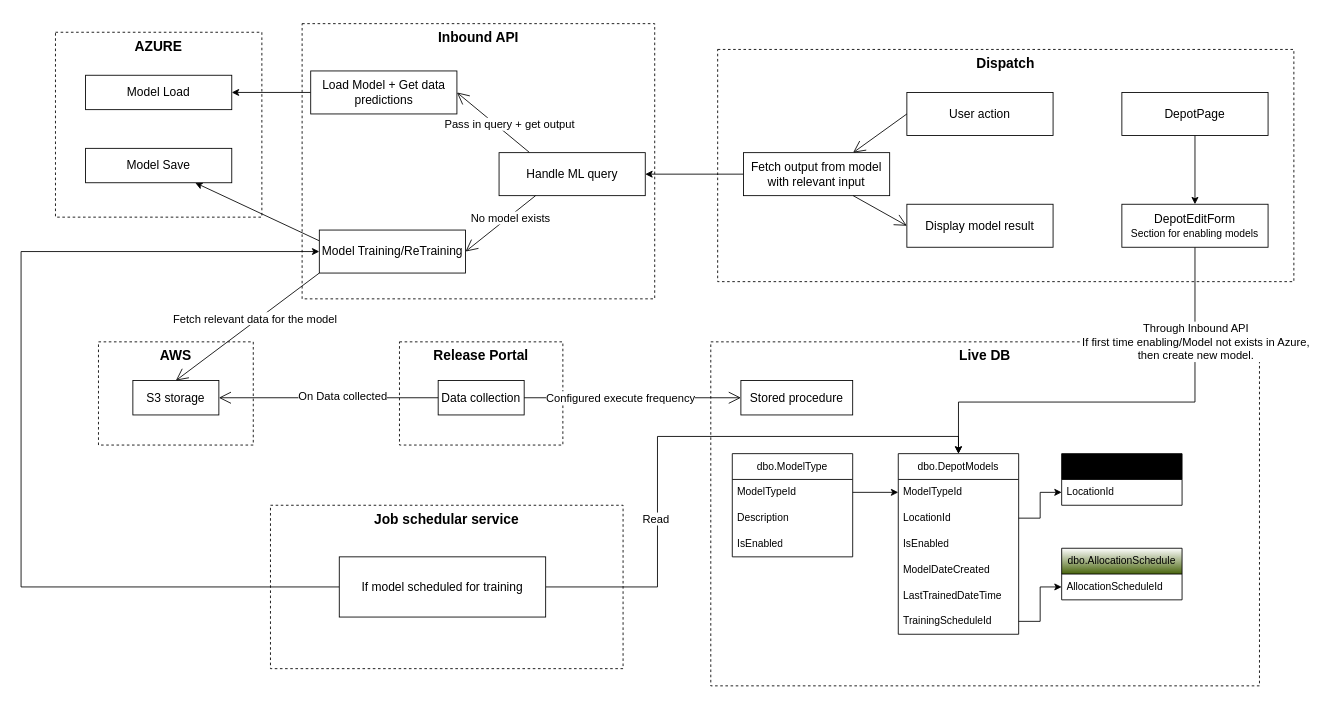
The draw.io diagram ML model workflow.drawio in gbates-e2open/drawioFiles, before the edit. Source tidied: cells renumbered, new cells numbered last; positions are measured from the earlier drawing's top-left corner, leaving out a move shared by most shapes. Both pictures are drawn from the tidied source at 86%, with x=0, y=0 at pixel (21, 23).
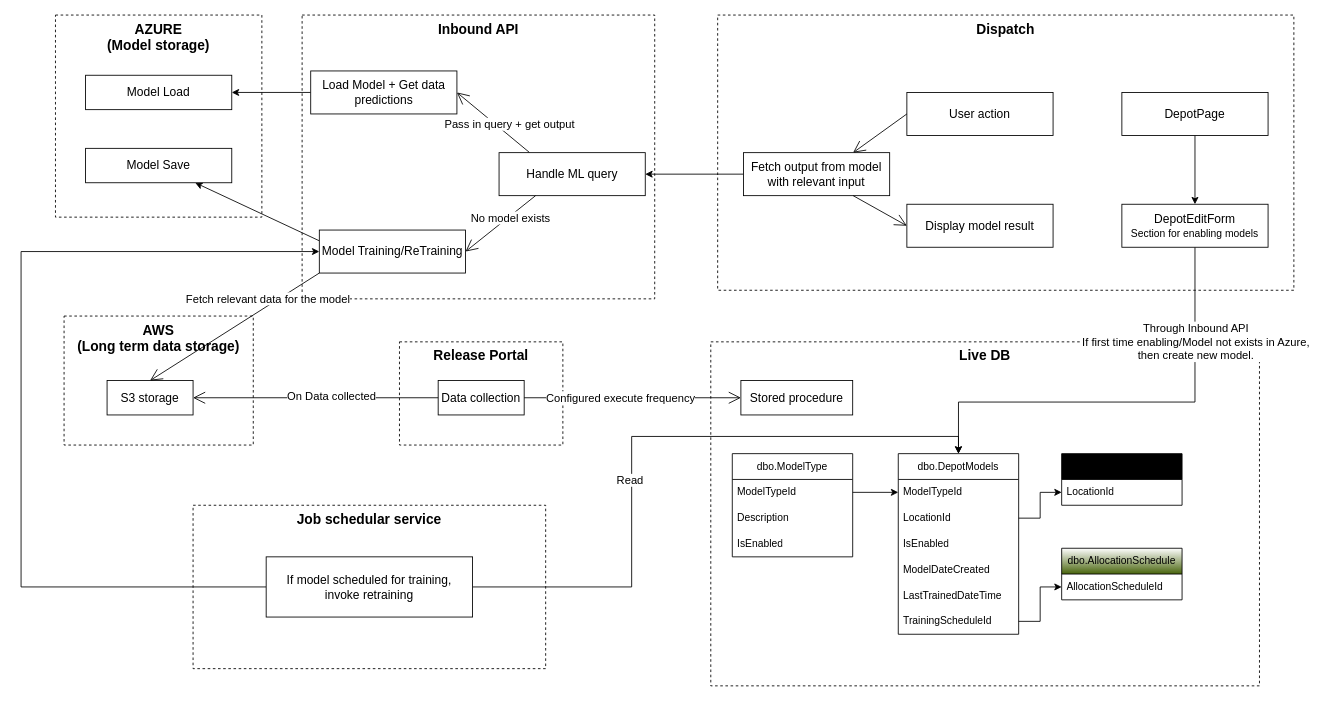
The same diagram, later.

Unchanged cells that the change refers to:
```xml
<mxCell id="16" style="endArrow=open;endFill=1;endSize=12;html=1;rounded=0;exitX=0;exitY=1;exitDx=0;exitDy=0;entryX=0.5;entryY=0;entryDx=0;entryDy=0;" parent="1" edge="1" source="15" target="13">
  <mxGeometry relative="1" as="geometry" />
</mxCell>
<mxCell id="38" value="dbo.DepotModels" style="swimlane;fontStyle=0;horizontal=1;startSize=30;whiteSpace=wrap;html=1;" parent="1" vertex="1">
  <mxGeometry x="1020" y="500" width="140" height="210" as="geometry" />
</mxCell>
```

What changed in the source:
```diff
@@
     <mxCell id="2" value="&lt;font style=&quot;font-size: 16px;&quot;&gt;&lt;b&gt;Inbound API&lt;/b&gt;&lt;/font&gt;" style="html=1;whiteSpace=wrap;dashed=1;gradientColor=default;fillColor=none;labelPosition=center;verticalLabelPosition=middle;align=center;verticalAlign=top;" parent="1" vertex="1">
-      <mxGeometry x="326.8" width="410" height="320" as="geometry" />
+      <mxGeometry x="326.8" y="-10" width="410" height="330" as="geometry" />
     </mxCell>
     <mxCell id="3" value="&lt;span style=&quot;font-size: 16px;&quot;&gt;&lt;b&gt;Dispatch&lt;/b&gt;&lt;/span&gt;" style="html=1;whiteSpace=wrap;dashed=1;gradientColor=default;fillColor=none;labelPosition=center;verticalLabelPosition=middle;align=center;verticalAlign=top;" parent="1" vertex="1">
-      <mxGeometry x="810" y="30" width="670" height="270" as="geometry" />
+      <mxGeometry x="810" y="-10" width="670" height="320" as="geometry" />
     </mxCell>
@@
-    <mxCell id="10" value="&lt;span style=&quot;font-size: 16px;&quot;&gt;&lt;b&gt;AWS&lt;/b&gt;&lt;/span&gt;" style="html=1;whiteSpace=wrap;dashed=1;gradientColor=default;fillColor=none;labelPosition=center;verticalLabelPosition=middle;align=center;verticalAlign=top;" parent="1" vertex="1">
-      <mxGeometry x="90" y="370" width="180" height="120" as="geometry" />
+    <mxCell id="10" value="&lt;span style=&quot;font-size: 16px;&quot;&gt;&lt;b&gt;AWS&lt;br&gt;(Long term data storage)&lt;/b&gt;&lt;/span&gt;" style="html=1;whiteSpace=wrap;dashed=1;gradientColor=default;fillColor=none;labelPosition=center;verticalLabelPosition=middle;align=center;verticalAlign=top;" parent="1" vertex="1">
+      <mxGeometry x="50" y="340" width="220" height="150" as="geometry" />
     </mxCell>
@@
     <mxCell id="13" value="S3 storage" style="whiteSpace=wrap;html=1;align=center;fontSize=14;" parent="1" vertex="1">
-      <mxGeometry x="130" y="415" width="100" height="40" as="geometry" />
+      <mxGeometry x="100" y="415" width="100" height="40" as="geometry" />
     </mxCell>
@@
     <mxCell id="17" value="Fetch relevant data for the model" style="edgeLabel;html=1;align=center;verticalAlign=middle;fontSize=13;" parent="16" vertex="1">
-      <mxGeometry x="-0.12" y="-3" relative="1" as="geometry" />
+      <mxGeometry x="-0.12" y="-3" relative="1" as="geometry">
+        <mxPoint x="28" y="-23" as="offset" />
+      </mxGeometry>
     </mxCell>
@@
-    <mxCell id="31" value="&lt;span style=&quot;font-size: 16px;&quot;&gt;&lt;b&gt;AZURE&lt;/b&gt;&lt;/span&gt;" style="html=1;whiteSpace=wrap;dashed=1;gradientColor=default;fillColor=none;labelPosition=center;verticalLabelPosition=middle;align=center;verticalAlign=top;" parent="1" vertex="1">
-      <mxGeometry x="40" y="10" width="240" height="215" as="geometry" />
+    <mxCell id="31" value="&lt;span style=&quot;font-size: 16px;&quot;&gt;&lt;b&gt;AZURE&lt;br&gt;(Model storage)&lt;/b&gt;&lt;/span&gt;" style="html=1;whiteSpace=wrap;dashed=1;gradientColor=default;fillColor=none;labelPosition=center;verticalLabelPosition=middle;align=center;verticalAlign=top;" parent="1" vertex="1">
+      <mxGeometry x="40" y="-10" width="240" height="235" as="geometry" />
     </mxCell>
@@
-    <mxCell id="57" value="&lt;font style=&quot;font-size: 16px;&quot;&gt;&lt;b&gt;Job schedular service&lt;/b&gt;&lt;/font&gt;" style="html=1;whiteSpace=wrap;dashed=1;gradientColor=default;fillColor=none;labelPosition=center;verticalLabelPosition=middle;align=center;verticalAlign=top;" parent="1" vertex="1">
-      <mxGeometry x="290" y="560" width="410" height="190" as="geometry" />
+    <mxCell id="57" value="&lt;font style=&quot;font-size: 16px;&quot;&gt;&lt;b&gt;Job schedular service&lt;br&gt;&lt;/b&gt;&lt;/font&gt;" style="html=1;whiteSpace=wrap;dashed=1;gradientColor=default;fillColor=none;labelPosition=center;verticalLabelPosition=middle;align=center;verticalAlign=top;" parent="1" vertex="1">
+      <mxGeometry x="200" y="560" width="410" height="190" as="geometry" />
     </mxCell>
     <mxCell id="58" style="edgeStyle=orthogonalEdgeStyle;rounded=0;jettySize=auto;html=1;exitX=1;exitY=0.5;exitDx=0;exitDy=0;entryX=0.5;entryY=0;entryDx=0;entryDy=0;" parent="1" edge="1" source="61" target="38">
       <mxGeometry relative="1" as="geometry">
         <Array as="points">
-          <mxPoint x="740" y="655" />
-          <mxPoint x="740" y="480" />
+          <mxPoint x="710" y="655" />
+          <mxPoint x="710" y="480" />
           <mxPoint x="1090" y="480" />
         </Array>
       </mxGeometry>
     </mxCell>
     <mxCell id="59" value="&lt;font style=&quot;font-size: 13px;&quot;&gt;Read&lt;/font&gt;" style="edgeLabel;html=1;align=center;verticalAlign=middle;" parent="58" vertex="1">
       <mxGeometry x="-0.25" y="1" relative="1" as="geometry">
-        <mxPoint x="-2" y="43" as="offset" />
+        <mxPoint x="-2" y="-25" as="offset" />
       </mxGeometry>
     </mxCell>
@@
-    <mxCell id="61" value="If model scheduled for training" style="whiteSpace=wrap;html=1;align=center;fontSize=14;" parent="1" vertex="1">
-      <mxGeometry x="370" y="620" width="240" height="70" as="geometry" />
+    <mxCell id="61" value="If model scheduled for training,&lt;div&gt;invoke retraining&lt;/div&gt;" style="whiteSpace=wrap;html=1;align=center;fontSize=14;" parent="1" vertex="1">
+      <mxGeometry x="285" y="620" width="240" height="70" as="geometry" />
     </mxCell>
```
